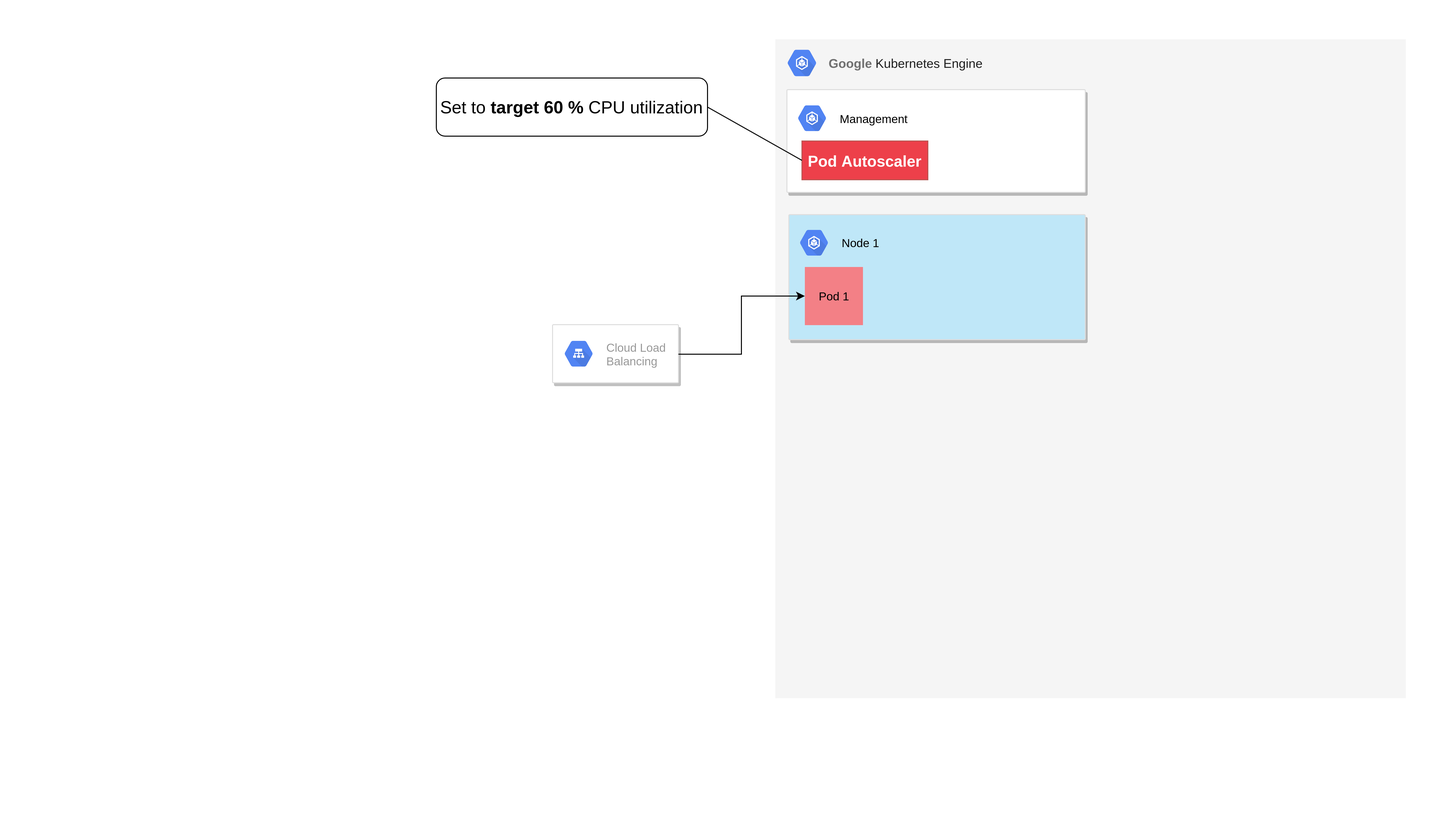
Before: images/k8s-scaling-target-hpa.png, a diagram exported from draw.io (bastiandg/scaling-in-the-cloud). Source tidied: cells renumbered, new cells last; positions are measured from the earlier drawing's top-left corner, leaving out a move shared by most shapes.
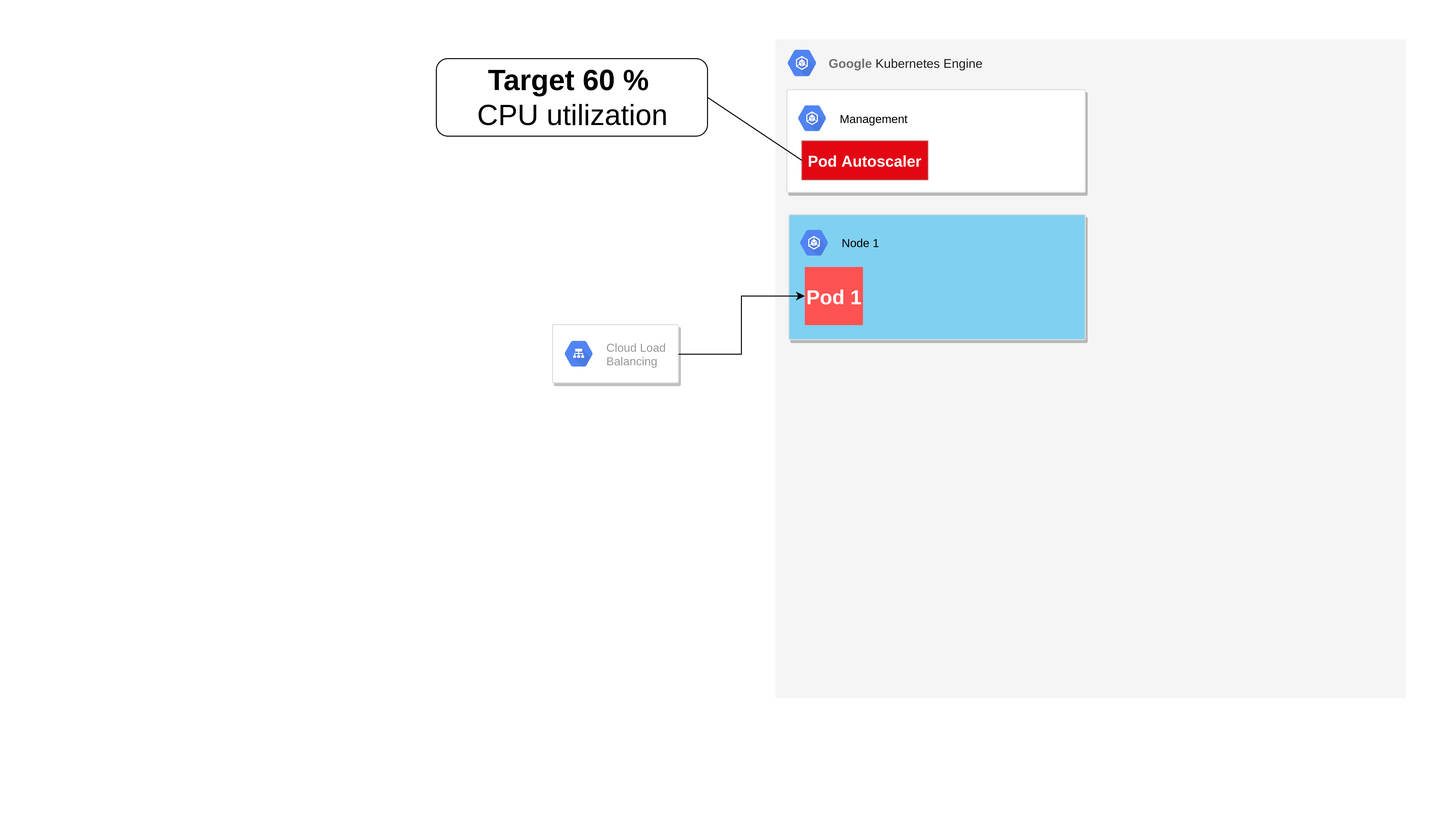
After the commit.

Change to the diagram source:
```diff
@@ -11,7 +11,7 @@
     <mxCell id="4" value="&lt;b style=&quot;font-size: 13px ; text-align: left ; color: rgb(113 , 113 , 113) ; white-space: nowrap&quot;&gt;Google&amp;nbsp;&lt;/b&gt;&lt;span style=&quot;font-size: 13px ; text-align: left ; color: rgb(33 , 33 , 33) ; font-family: &amp;#34;roboto&amp;#34; , sans-serif&quot;&gt;Kubernetes Engine&lt;/span&gt;" style="text;html=1;strokeColor=none;fillColor=none;align=center;verticalAlign=middle;whiteSpace=wrap;rounded=0;" parent="1" vertex="1">
       <mxGeometry x="844" y="54.5" width="180" height="20" as="geometry" />
     </mxCell>
-    <mxCell id="5" style="strokeColor=#dddddd;fillColor=#BFE7F8;shadow=1;strokeWidth=1;rounded=1;absoluteArcSize=1;arcSize=2;verticalAlign=top;" parent="1" vertex="1">
+    <mxCell id="5" style="strokeColor=#dddddd;fillColor=#80D0F2;shadow=1;strokeWidth=1;rounded=1;absoluteArcSize=1;arcSize=2;verticalAlign=top;" parent="1" vertex="1">
       <mxGeometry x="814" y="221" width="306" height="129" as="geometry" />
     </mxCell>
     <mxCell id="6" style="strokeColor=#dddddd;fillColor=#ffffff;shadow=1;strokeWidth=1;rounded=1;absoluteArcSize=1;arcSize=2;" parent="1" vertex="1">
@@ -41,17 +41,17 @@
         <mxPoint x="5" y="-19.5" as="offset" />
       </mxGeometry>
     </mxCell>
-    <mxCell id="13" value="Pod 1" style="rounded=0;whiteSpace=wrap;html=1;fillColor=#F38086;strokeColor=none;" parent="1" vertex="1">
+    <mxCell id="13" value="Pod 1" style="rounded=0;whiteSpace=wrap;html=1;fillColor=#FF5252;strokeColor=none;fontSize=21;fontStyle=1;fontColor=#FFFFFF;" parent="1" vertex="1">
       <mxGeometry x="830.5" y="275" width="60" height="60" as="geometry" />
     </mxCell>
     <mxCell id="14" style="edgeStyle=orthogonalEdgeStyle;rounded=0;jettySize=auto;html=1;" parent="1" edge="1" source="6" target="13">
       <mxGeometry relative="1" as="geometry" />
     </mxCell>
-    <mxCell id="15" value="Pod Autoscaler" style="rounded=0;html=1;fillColor=#ED404A;strokeColor=#b85450;fontColor=#FFFFFF;fontFamily=Arial;fontSize=16;fontStyle=1;" parent="1" vertex="1">
+    <mxCell id="15" value="Pod Autoscaler" style="rounded=0;html=1;fillColor=#E30613;strokeColor=#b85450;fontColor=#FFFFFF;fontFamily=Arial;fontSize=16;fontStyle=1;" parent="1" vertex="1">
       <mxGeometry x="827.5" y="145" width="130" height="40" as="geometry" />
     </mxCell>
-    <mxCell id="16" value="Set to &lt;b&gt;target 60 %&lt;/b&gt; CPU utilization" style="rounded=1;whiteSpace=wrap;html=1;fontSize=18;" parent="1" vertex="1">
-      <mxGeometry x="450" y="80" width="280" height="60" as="geometry" />
+    <mxCell id="16" value="&lt;b style=&quot;font-size: 30px&quot;&gt;Target 60 %&lt;/b&gt; &lt;br&gt;CPU utilization" style="rounded=1;whiteSpace=wrap;html=1;fontSize=30;" parent="1" vertex="1">
+      <mxGeometry x="450" y="60" width="280" height="80" as="geometry" />
     </mxCell>
     <mxCell id="17" style="endArrow=none;html=1;entryX=1;entryY=0.5;entryDx=0;entryDy=0;exitX=0;exitY=0.5;exitDx=0;exitDy=0;" parent="1" edge="1" source="15" target="16">
       <mxGeometry relative="1" as="geometry" />
```
